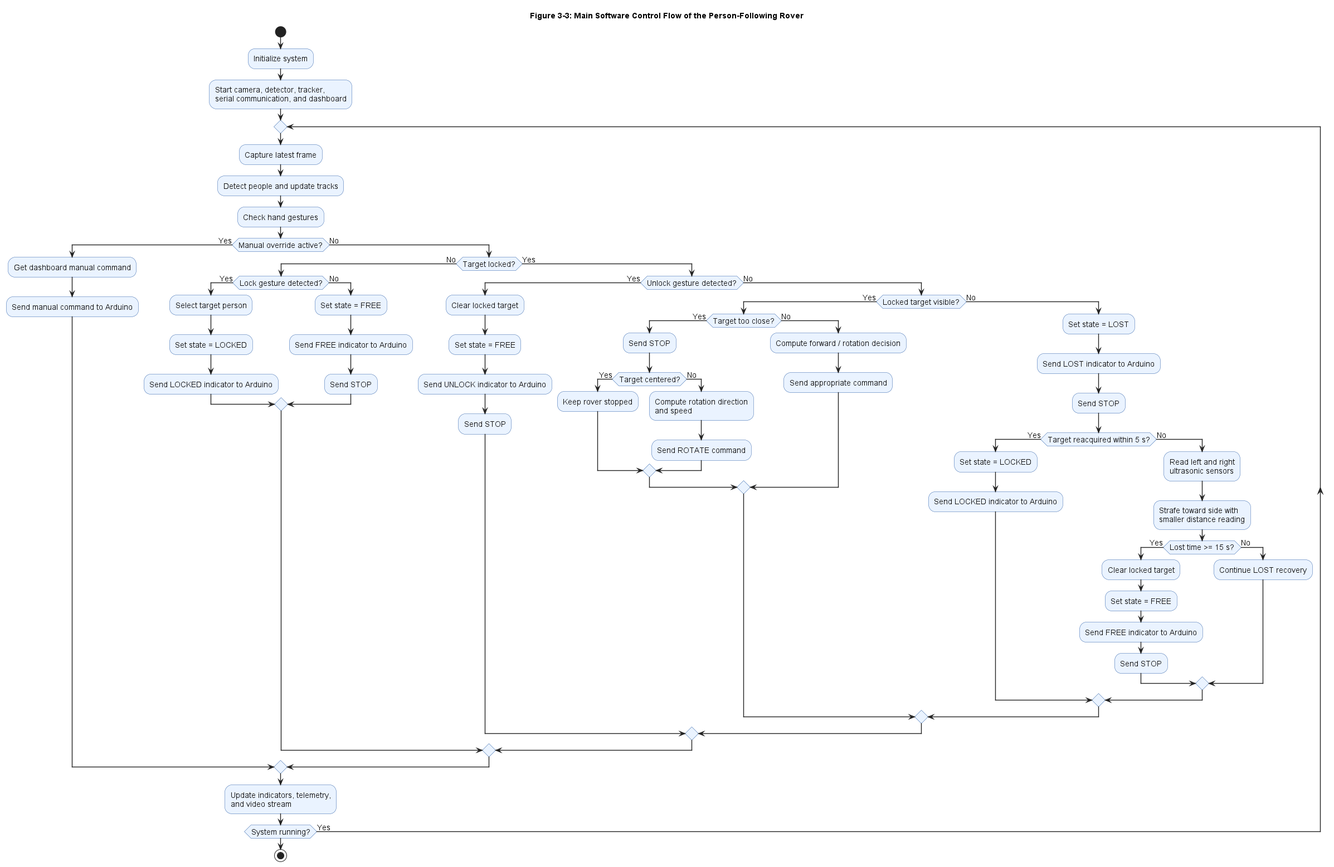
Before: control_flowchart/targetlockedcontrol_flow.png, a diagram exported from PlantUML (hamztion/Person-following-Rover-Project). Its diagram source:
```plantuml
@startuml
title Figure 3-3: Main Software Control Flow of the Person-Following Rover

skinparam backgroundColor white
skinparam shadowing false
skinparam defaultFontName Arial
skinparam defaultFontSize 14
skinparam ArrowColor #222222
skinparam ArrowThickness 1.4

skinparam activity {
  BackgroundColor #EAF3FF
  BorderColor #2D5FA8
  FontColor #111111
  RoundCorner 15
}

skinparam diamond {
  BackgroundColor #FFF8E8
  BorderColor #C77A00
  FontColor #111111
}

start

:Initialize system;
:Start camera, detector, tracker,\nserial communication, and dashboard;

repeat

  :Capture latest frame;
  :Detect people and update tracks;
  :Check hand gestures;

  if (Manual override active?) then (Yes)
    :Get dashboard manual command;
    :Send manual command to Arduino;

  else (No)

    if (Target locked?) then (No)

      if (Lock gesture detected?) then (Yes)
        :Select target person;
        :Set state = LOCKED;
        :Send LOCKED indicator to Arduino;
      else (No)
        :Set state = FREE;
        :Send FREE indicator to Arduino;
        :Send STOP;
      endif

    else (Yes)

      if (Unlock gesture detected?) then (Yes)
        :Clear locked target;
        :Set state = FREE;
        :Send UNLOCK indicator to Arduino;
        :Send STOP;

      else (No)

        if (Locked target visible?) then (Yes)

          if (Target too close?) then (Yes)
            :Send STOP;

            if (Target centered?) then (Yes)
              :Keep rover stopped;
            else (No)
              :Compute rotation direction\nand speed;
              :Send ROTATE command;
            endif

          else (No)
            :Compute forward / rotation decision;
            :Send appropriate command;
          endif

        else (No)
          :Set state = LOST;
          :Send LOST indicator to Arduino;
          :Send STOP;

          if (Target reacquired within 5 s?) then (Yes)
            :Set state = LOCKED;
            :Send LOCKED indicator to Arduino;
          else (No)
            :Read left and right\nultrasonic sensors;
            :Strafe toward side with\nsmaller distance reading;

            if (Lost time >= 15 s?) then (Yes)
              :Clear locked target;
              :Set state = FREE;
              :Send FREE indicator to Arduino;
              :Send STOP;
            else (No)
              :Continue LOST recovery;
            endif

          endif

        endif

      endif

    endif

  endif

  :Update indicators, telemetry,\nand video stream;

repeat while (System running?) is (Yes)

stop

@enduml
```
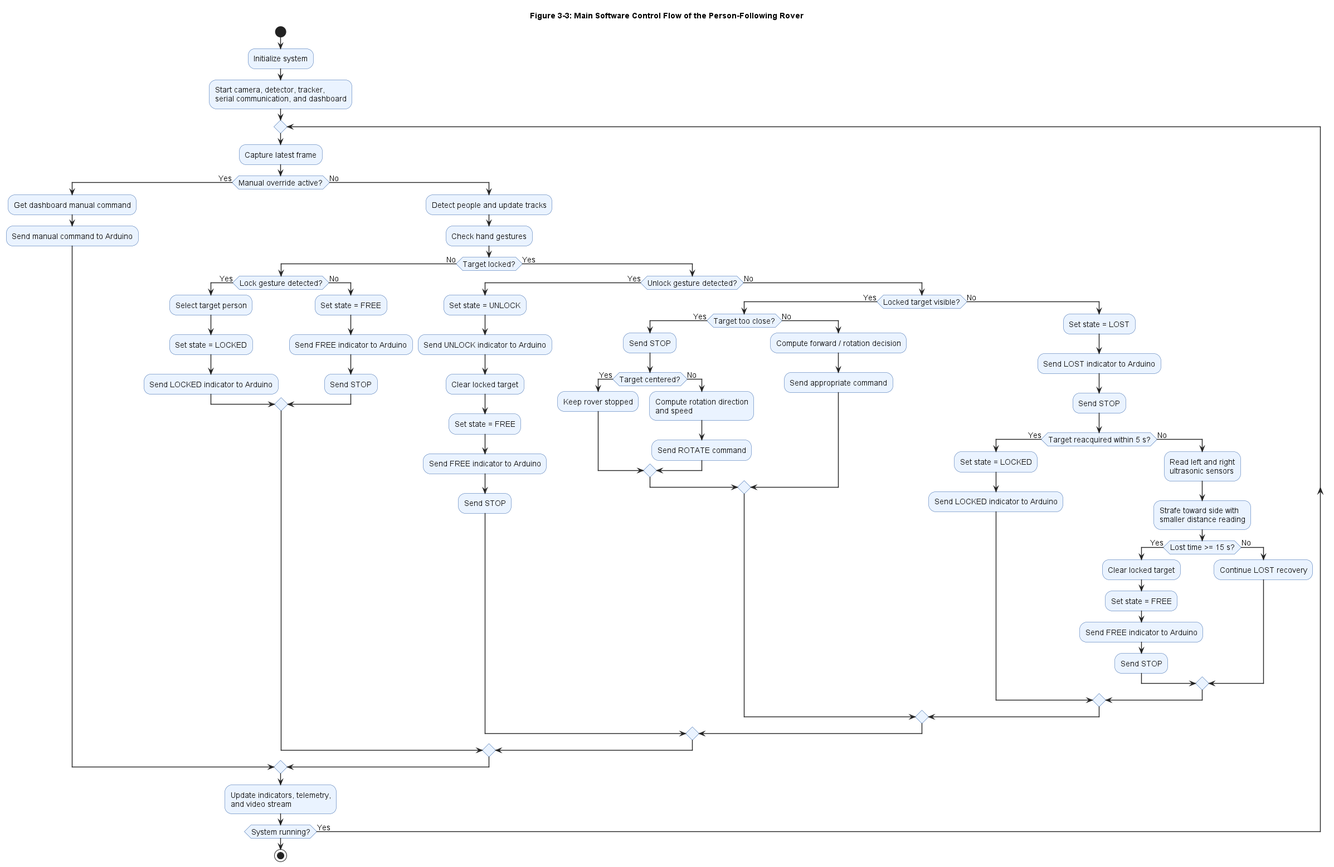
The same diagram one commit later.

The edit, as a diff of the source:
```diff
@@ -29,14 +29,15 @@
 repeat
 
   :Capture latest frame;
-  :Detect people and update tracks;
-  :Check hand gestures;
 
   if (Manual override active?) then (Yes)
     :Get dashboard manual command;
     :Send manual command to Arduino;
 
   else (No)
+
+    :Detect people and update tracks;
+    :Check hand gestures;
 
     if (Target locked?) then (No)
 
@@ -53,9 +54,11 @@
     else (Yes)
 
       if (Unlock gesture detected?) then (Yes)
+        :Set state = UNLOCK;
+        :Send UNLOCK indicator to Arduino;
         :Clear locked target;
         :Set state = FREE;
-        :Send UNLOCK indicator to Arduino;
+        :Send FREE indicator to Arduino;
         :Send STOP;
 
       else (No)
```
